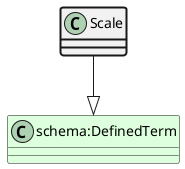
aus-plant-phenomics-network/appn-schema keeps this PlantUML diagram as ttl_uml/ttl_appn_Scale.png. Above is the earlier version.
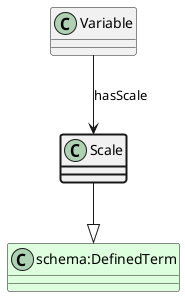
After the change.

Diff of the diagram source:
```diff
@@ -2,4 +2,6 @@
 class Scale  #line.bold
 class "schema:DefinedTerm" #DDFFDD
 Scale --|> "schema:DefinedTerm"
+class Variable
+Variable --> Scale : hasScale
 @enduml
```
